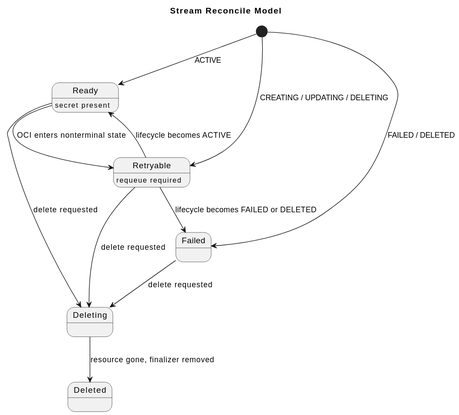
Above: formal/controllers/stream/diagrams/state-machine.svg in donoftime/oci-service-operator (PlantUML), before the change.
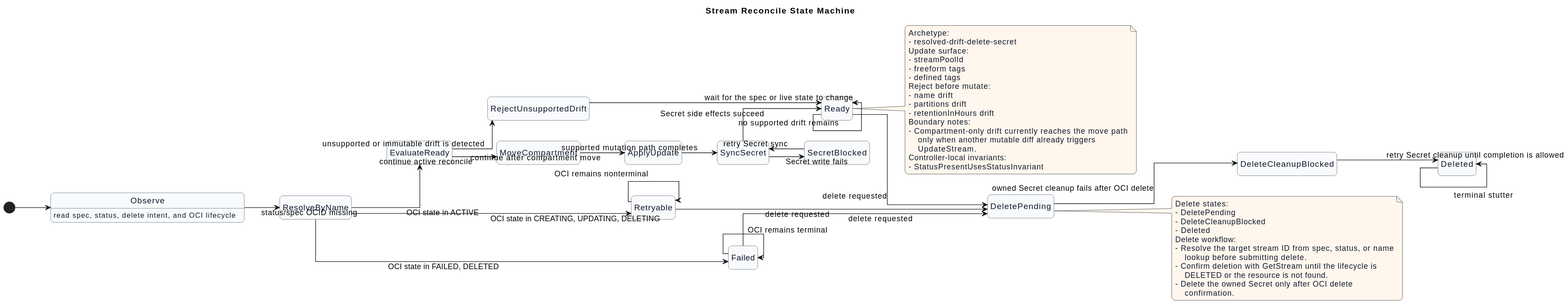
The same diagram one commit later.

The edit, as a diff of the source:
```diff
@@ -1,18 +1,76 @@
 @startuml
-title Stream Reconcile Model
+title Stream Reconcile State Machine
+left to right direction
+hide empty description
+skinparam shadowing false
+skinparam linetype ortho
+skinparam roundcorner 12
+skinparam BackgroundColor #FFFFFF
+skinparam defaultTextAlignment left
+skinparam state {
+  BorderColor #475569
+  FontColor #0F172A
+  BackgroundColor #F8FAFC
+}
+skinparam note {
+  BorderColor #B45309
+  BackgroundColor #FFF7ED
+  FontColor #0F172A
+}
+[*] --> Observe
+Observe : read spec, status, delete intent, and OCI lifecycle
+Observe --> ResolveByName : status/spec OCID missing
+ResolveByName --> EvaluateReady : OCI state in ACTIVE
+ResolveByName --> Retryable : OCI state in CREATING, UPDATING, DELETING
+ResolveByName --> Failed : OCI state in FAILED, DELETED
+EvaluateReady --> RejectUnsupportedDrift : unsupported or immutable drift is detected
+RejectUnsupportedDrift --> Ready : wait for the spec or live state to change
+EvaluateReady --> MoveCompartment : continue active reconcile
+MoveCompartment --> ApplyUpdate : continue after compartment move
+ApplyUpdate --> SyncSecret : supported mutation path completes
+SyncSecret --> SecretBlocked : Secret write fails
+SecretBlocked --> SyncSecret : retry Secret sync
+SyncSecret --> Ready : Secret side effects succeed
+Ready --> Ready : no supported drift remains
+Retryable --> Retryable : OCI remains nonterminal
+Failed --> Failed : OCI remains terminal
+Ready --> DeletePending : delete requested
+Retryable --> DeletePending : delete requested
+Failed --> DeletePending : delete requested
+DeletePending --> DeleteCleanupBlocked : owned Secret cleanup fails after OCI delete
+DeleteCleanupBlocked --> Deleted : retry Secret cleanup until completion is allowed
+Deleted --> Deleted : terminal stutter
 
-[*] --> Ready : ACTIVE
-[*] --> Retryable : CREATING / UPDATING / DELETING
-[*] --> Failed : FAILED / DELETED
+note right of Ready
+Archetype:
+- resolved-drift-delete-secret
+Update surface:
+- streamPoolId
+- freeform tags
+- defined tags
+Reject before mutate:
+- name drift
+- partitions drift
+- retentionInHours drift
+Boundary notes:
+- Compartment-only drift currently reaches the move path
+    only when another mutable diff already triggers
+    UpdateStream.
+Controller-local invariants:
+- StatusPresentUsesStatusInvariant
+end note
 
-Ready : secret present
-Retryable : requeue required
-
-Ready --> Retryable : OCI enters nonterminal state
-Retryable --> Ready : lifecycle becomes ACTIVE
-Retryable --> Failed : lifecycle becomes FAILED or DELETED
-Ready --> Deleting : delete requested
-Retryable --> Deleting : delete requested
-Failed --> Deleting : delete requested
-Deleting --> Deleted : resource gone, finalizer removed
+note right of DeletePending
+Delete states:
+- DeletePending
+- DeleteCleanupBlocked
+- Deleted
+Delete workflow:
+- Resolve the target stream ID from spec, status, or name
+    lookup before submitting delete.
+- Confirm deletion with GetStream until the lifecycle is
+    DELETED or the resource is not found.
+- Delete the owned Secret only after OCI delete
+    confirmation.
+end note
 @enduml
```
